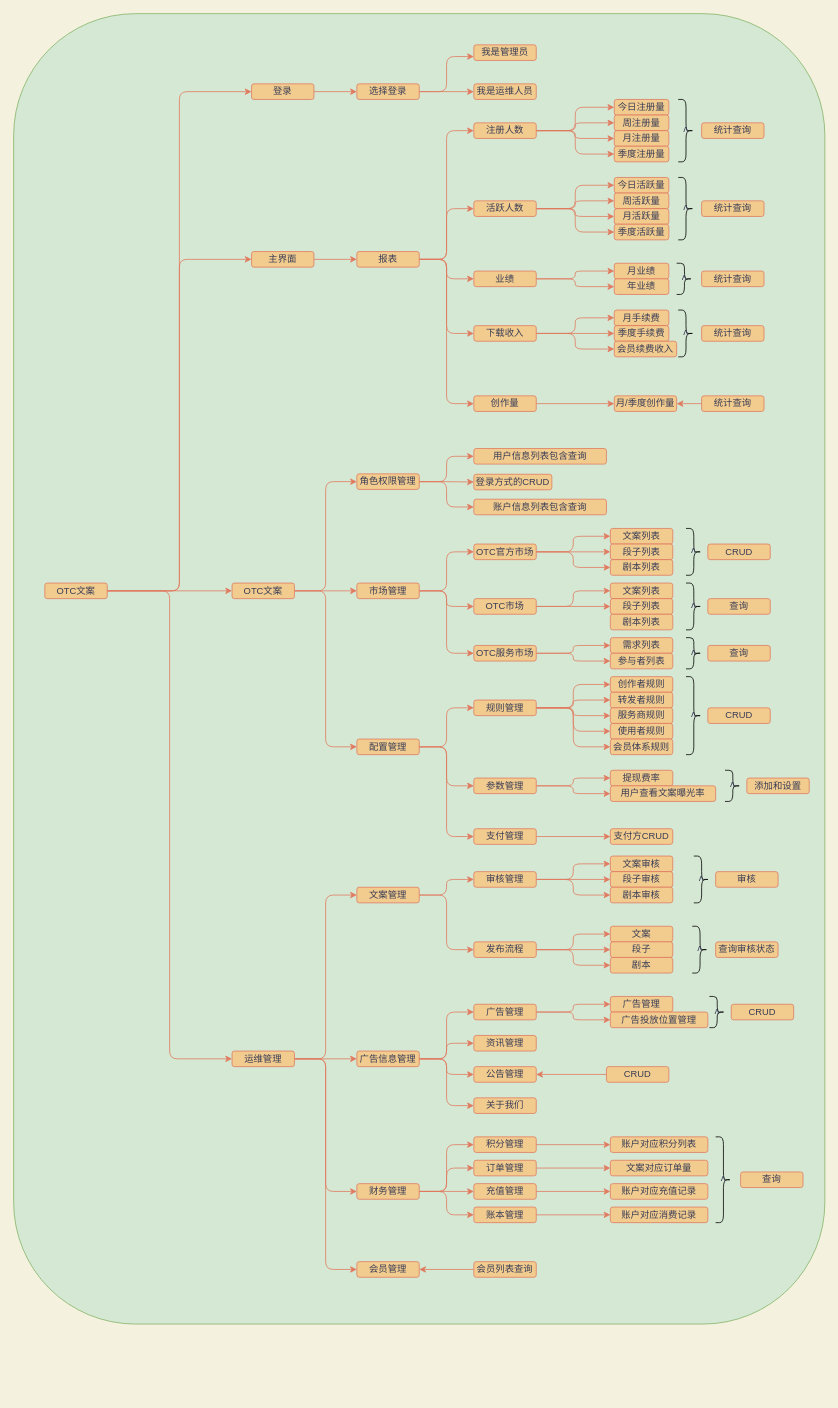
This is Untitled Diagram.drawio from Raox1ngj1ng/mydraw, a draw.io file, before an edit. Source tidied: cells renumbered, new cells numbered last; positions are measured from the earlier drawing's top-left corner, leaving out a move shared by most shapes. Both pictures are drawn from the tidied source at 78%, with x=0, y=0 at pixel (13, 13).
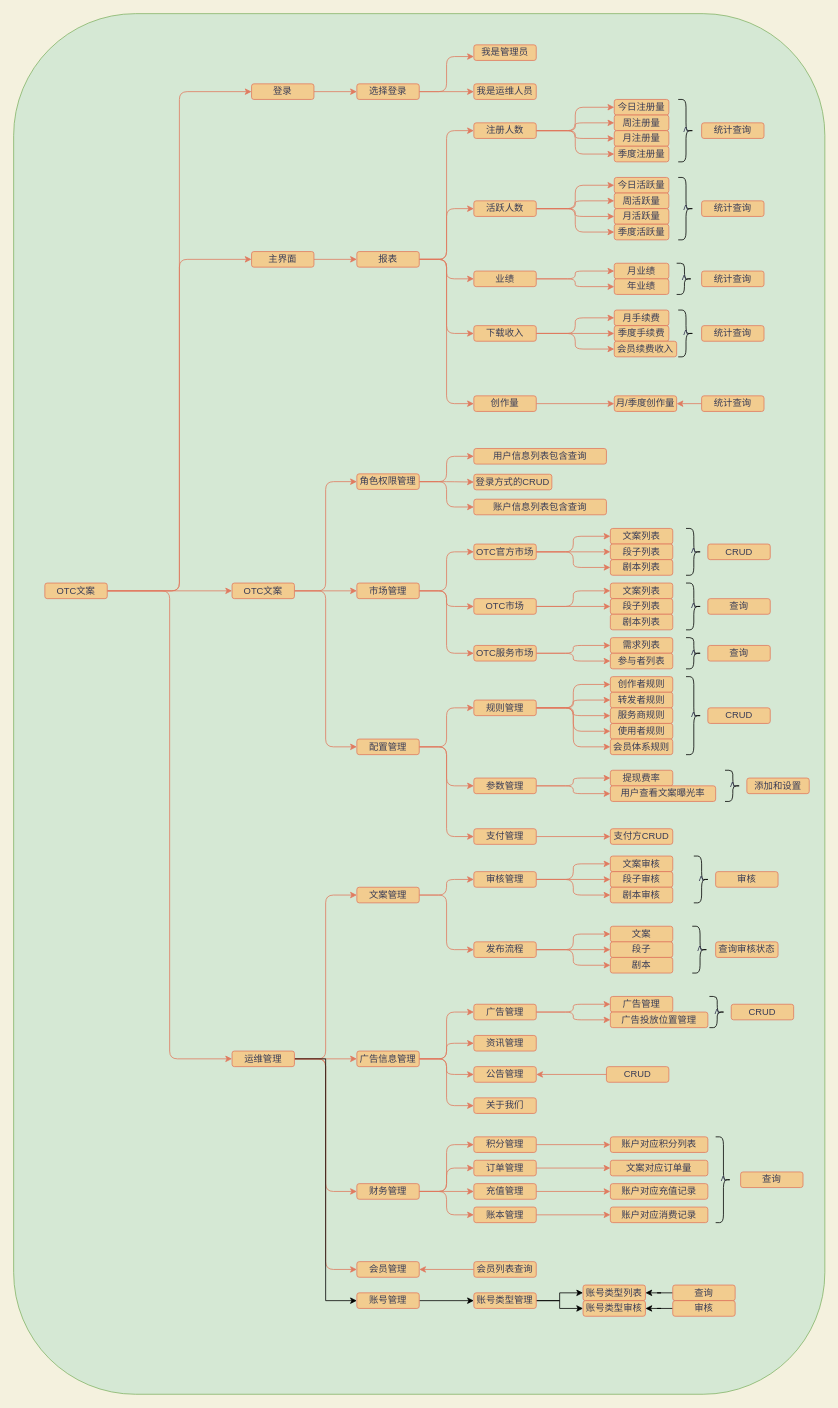
The same page after the edit.

Unchanged cells that the change refers to:
```xml
<mxCell id="121" value="运维管理" style="rounded=1;whiteSpace=wrap;html=1;sketch=0;strokeColor=#E07A5F;fillColor=#F2CC8F;fontColor=#393C56;" parent="1" vertex="1">
  <mxGeometry x="280" y="1330" width="80" height="20" as="geometry" />
</mxCell>
```

Change to the diagram source:
```diff
@@
     <mxCell id="2" style="rounded=1;whiteSpace=wrap;html=1;fillColor=#d5e8d4;strokeColor=#82b366;" parent="1" vertex="1">
-      <mxGeometry width="1040" height="1680" as="geometry" />
+      <mxGeometry width="1040" height="1770" as="geometry" />
     </mxCell>
@@
+    <mxCell id="197" style="edgeStyle=orthogonalEdgeStyle;rounded=0;jettySize=auto;html=1;exitX=1;exitY=0.5;exitDx=0;exitDy=0;entryX=0;entryY=0.5;entryDx=0;entryDy=0;" parent="1" edge="1" source="121" target="199">
+      <mxGeometry relative="1" as="geometry" />
+    </mxCell>
@@
+    <mxCell id="198" style="edgeStyle=orthogonalEdgeStyle;rounded=0;jettySize=auto;html=1;exitX=1;exitY=0.5;exitDx=0;exitDy=0;" parent="1" edge="1" source="199" target="202">
+      <mxGeometry relative="1" as="geometry" />
+    </mxCell>
+    <mxCell id="199" value="账号管理" style="rounded=1;whiteSpace=wrap;html=1;sketch=0;strokeColor=#E07A5F;fillColor=#F2CC8F;fontColor=#393C56;" parent="1" vertex="1">
+      <mxGeometry x="440" y="1640" width="80" height="20" as="geometry" />
+    </mxCell>
+    <mxCell id="200" style="edgeStyle=orthogonalEdgeStyle;rounded=0;jettySize=auto;html=1;exitX=1;exitY=0.5;exitDx=0;exitDy=0;" parent="1" edge="1" source="202" target="203">
+      <mxGeometry relative="1" as="geometry" />
+    </mxCell>
+    <mxCell id="201" style="edgeStyle=orthogonalEdgeStyle;rounded=0;jettySize=auto;html=1;exitX=1;exitY=0.5;exitDx=0;exitDy=0;" parent="1" edge="1" source="202" target="204">
+      <mxGeometry relative="1" as="geometry" />
+    </mxCell>
+    <mxCell id="202" value="账号类型管理" style="rounded=1;whiteSpace=wrap;html=1;sketch=0;strokeColor=#E07A5F;fillColor=#F2CC8F;fontColor=#393C56;" parent="1" vertex="1">
+      <mxGeometry x="590" y="1640" width="80" height="20" as="geometry" />
+    </mxCell>
+    <mxCell id="203" value="账号类型列表" style="rounded=1;whiteSpace=wrap;html=1;sketch=0;strokeColor=#E07A5F;fillColor=#F2CC8F;fontColor=#393C56;" parent="1" vertex="1">
+      <mxGeometry x="730" y="1630" width="80" height="20" as="geometry" />
+    </mxCell>
+    <mxCell id="204" value="账号类型审核" style="rounded=1;whiteSpace=wrap;html=1;sketch=0;strokeColor=#E07A5F;fillColor=#F2CC8F;fontColor=#393C56;" parent="1" vertex="1">
+      <mxGeometry x="730" y="1650" width="80" height="20" as="geometry" />
+    </mxCell>
+    <mxCell id="205" style="edgeStyle=orthogonalEdgeStyle;rounded=0;jettySize=auto;html=1;exitX=0;exitY=0.5;exitDx=0;exitDy=0;" parent="1" edge="1" source="206" target="203">
+      <mxGeometry relative="1" as="geometry" />
+    </mxCell>
+    <mxCell id="206" value="查询" style="rounded=1;whiteSpace=wrap;html=1;sketch=0;strokeColor=#E07A5F;fillColor=#F2CC8F;fontColor=#393C56;" parent="1" vertex="1">
+      <mxGeometry x="845" y="1630" width="80" height="20" as="geometry" />
+    </mxCell>
+    <mxCell id="207" style="edgeStyle=orthogonalEdgeStyle;rounded=0;jettySize=auto;html=1;exitX=0;exitY=0.5;exitDx=0;exitDy=0;" parent="1" edge="1" source="208" target="204">
+      <mxGeometry relative="1" as="geometry" />
+    </mxCell>
+    <mxCell id="208" value="审核" style="rounded=1;whiteSpace=wrap;html=1;sketch=0;strokeColor=#E07A5F;fillColor=#F2CC8F;fontColor=#393C56;" parent="1" vertex="1">
+      <mxGeometry x="845" y="1650" width="80" height="20" as="geometry" />
+    </mxCell>
```
